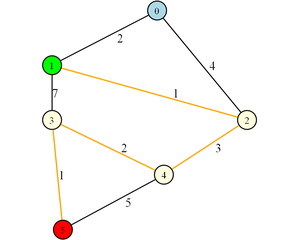
This is graph.png from Arpit-Singh-Chauhan/Path-Finder, a Graphviz export, as it was before one commit. Its source is kept beside it as graph.dot.
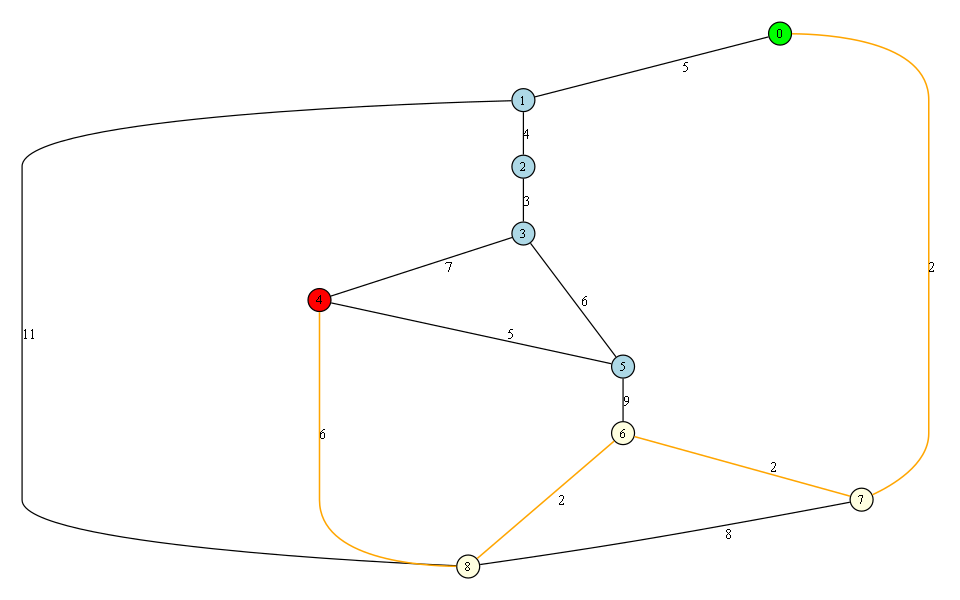
After the change.

Diff of the diagram source:
```diff
@@ -3,6 +3,7 @@
 size = "10,8"
 nodesep = 0.8
 ranksep = 1.2
+pad = "1.0"
 node [
 shape=circle
 style=filled
@@ -14,17 +15,22 @@
 fontsize=50
 penwidth = 4
 ]
-0 -- 1 [label="2"];
-0 -- 2 [label="4"];
-1 [fillcolor=green];
-1 -- 2 [label="1", color=orange, penwidth=5];
-1 -- 3 [label="7"];
-2 [fillcolor=lightyellow];
-2 -- 4 [label="3", color=orange, penwidth=5];
-3 [fillcolor=lightyellow];
-3 -- 5 [label="1", color=orange, penwidth=5];
-3 -- 4 [label="2", color=orange, penwidth=5];
-4 [fillcolor=lightyellow];
+0 [fillcolor=green];
+0 -- 1 [label="5"];
+0 -- 7 [label="2", color=orange, penwidth=5];
+1 -- 2 [label="4"];
+1 -- 8 [label="11"];
+2 -- 3 [label="3"];
+3 -- 4 [label="7"];
+3 -- 5 [label="6"];
+4 [fillcolor=red];
 4 -- 5 [label="5"];
-5 [fillcolor=red];
+4 -- 8 [label="6", color=orange, penwidth=5];
+5 -- 6 [label="9"];
+6 [fillcolor=lightyellow];
+6 -- 7 [label="2", color=orange, penwidth=5];
+6 -- 8 [label="2", color=orange, penwidth=5];
+7 [fillcolor=lightyellow];
+7 -- 8 [label="8"];
+8 [fillcolor=lightyellow];
 }
```
